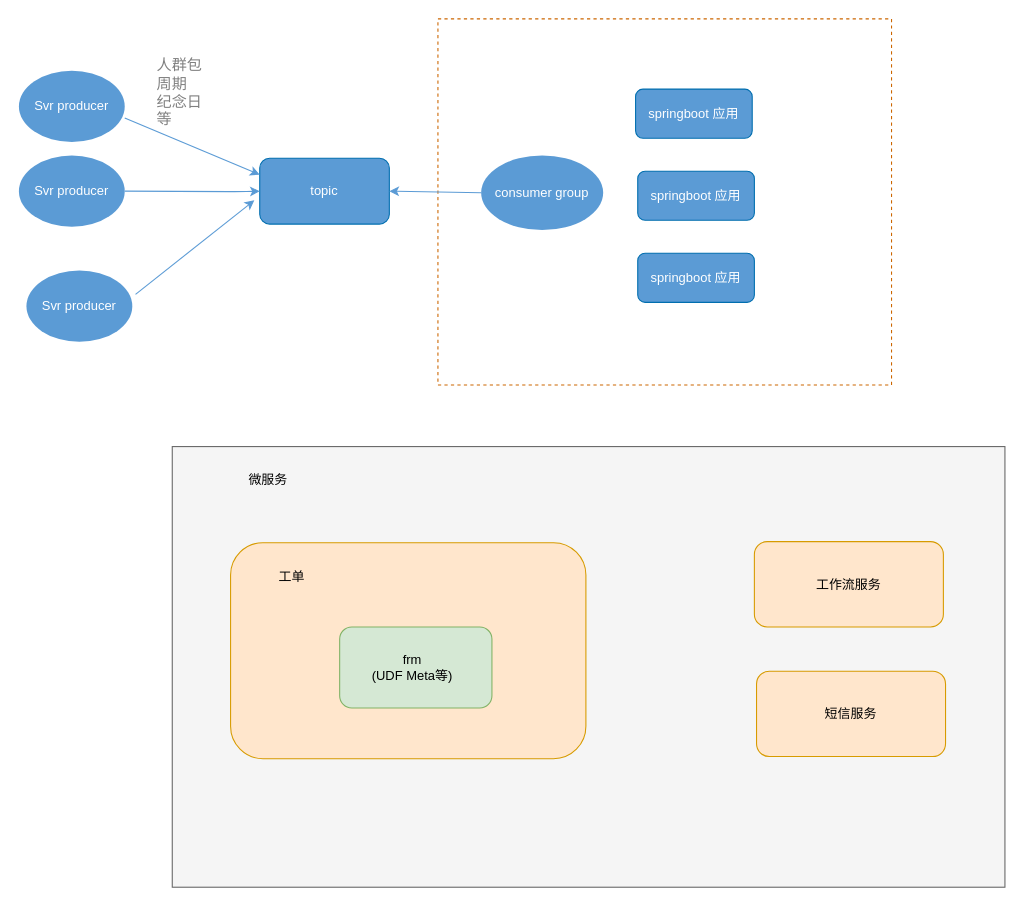
Earlier version of the draw.io diagram 未命名绘图.drawio (yunfengwang/draw). Source tidied: cells renumbered, new cells numbered last; positions are measured from the earlier drawing's top-left corner, leaving out a move shared by most shapes. Both pictures are drawn from the tidied source at 108%, with x=0, y=0 at pixel (18, 18).
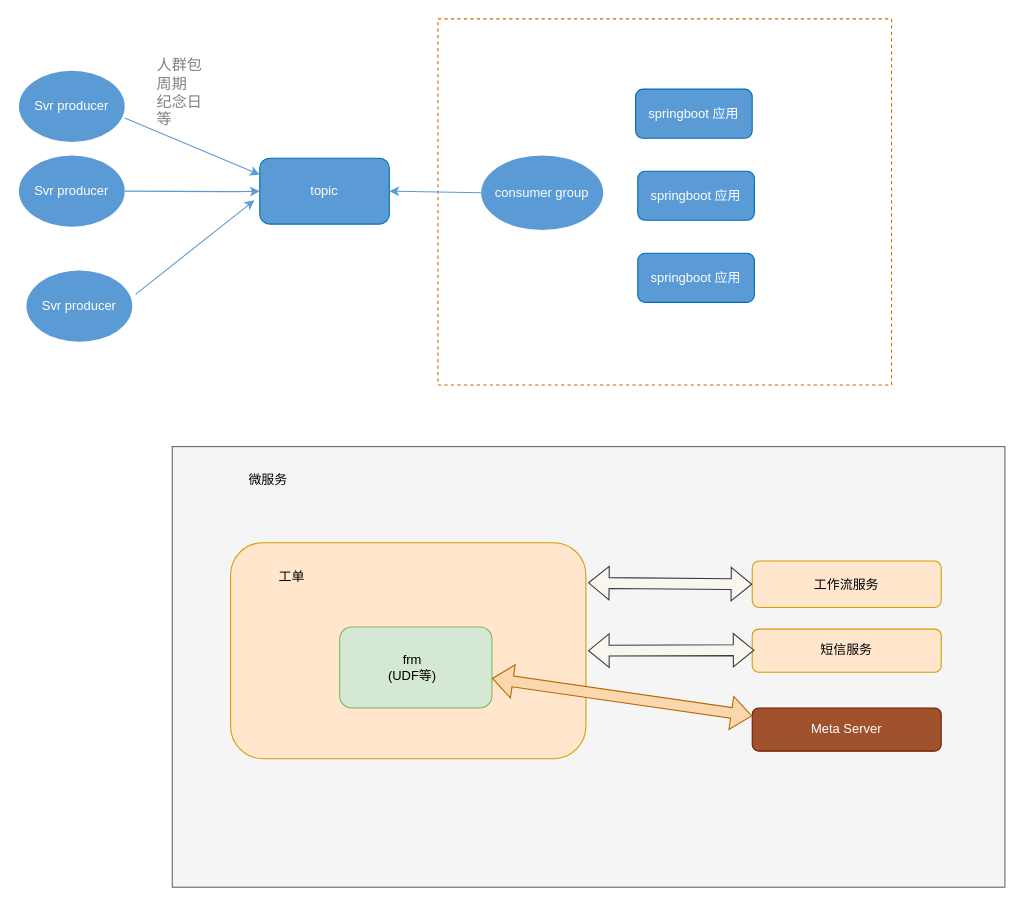
After the change.

The change refers to these unchanged cells:
```xml
<mxCell id="17" style="rounded=1;whiteSpace=wrap;html=1;fillColor=#ffe6cc;strokeColor=#d79b00;" parent="1" vertex="1">
  <mxGeometry x="196" y="485" width="329" height="200" as="geometry" />
</mxCell>
<mxCell id="18" style="rounded=1;whiteSpace=wrap;html=1;fillColor=#d5e8d4;strokeColor=#82b366;" parent="1" vertex="1">
  <mxGeometry x="297" y="563" width="141" height="75" as="geometry" />
</mxCell>
```

What changed in the source:
```diff
@@
-    <mxCell id="19" value="frm&lt;br&gt;(UDF Meta等)" style="text;html=1;strokeColor=none;fillColor=none;align=center;verticalAlign=middle;whiteSpace=wrap;rounded=0;" parent="1" vertex="1">
+    <mxCell id="19" value="frm&lt;br&gt;(UDF等)" style="text;html=1;strokeColor=none;fillColor=none;align=center;verticalAlign=middle;whiteSpace=wrap;rounded=0;" parent="1" vertex="1">
       <mxGeometry x="323" y="578" width="82.5" height="45" as="geometry" />
     </mxCell>
@@
     <mxCell id="21" value="工作流服务" style="rounded=1;whiteSpace=wrap;html=1;fillColor=#ffe6cc;strokeColor=#d79b00;" parent="1" vertex="1">
-      <mxGeometry x="681" y="484" width="175" height="79" as="geometry" />
+      <mxGeometry x="679" y="502" width="175" height="43" as="geometry" />
     </mxCell>
     <mxCell id="22" value="短信服务" style="rounded=1;whiteSpace=wrap;html=1;fillColor=#ffe6cc;strokeColor=#d79b00;" parent="1" vertex="1">
-      <mxGeometry x="683" y="604" width="175" height="79" as="geometry" />
+      <mxGeometry x="679" y="565" width="175" height="40" as="geometry" />
     </mxCell>
@@
+    <mxCell id="24" style="shape=flexArrow;endArrow=classic;startArrow=classic;html=1;rounded=0;entryX=0;entryY=0.5;entryDx=0;entryDy=0;fillColor=#f9f7ed;strokeColor=#36393d;exitX=1.006;exitY=0.186;exitDx=0;exitDy=0;exitPerimeter=0;" parent="1" edge="1" source="17" target="21">
+      <mxGeometry relative="1" as="geometry" />
+    </mxCell>
+    <mxCell id="25" style="shape=flexArrow;endArrow=classic;startArrow=classic;html=1;rounded=0;entryX=0;entryY=0.5;entryDx=0;entryDy=0;fillColor=#f9f7ed;strokeColor=#36393d;" parent="1" edge="1">
+      <mxGeometry relative="1" as="geometry">
+        <mxPoint x="527" y="585" as="sourcePoint" />
+        <mxPoint x="681" y="584.5" as="targetPoint" />
+      </mxGeometry>
+    </mxCell>
+    <mxCell id="26" value="Meta Server" style="rounded=1;whiteSpace=wrap;html=1;fillColor=#a0522d;strokeColor=#6D1F00;fontColor=#ffffff;" parent="1" vertex="1">
+      <mxGeometry x="679" y="638" width="175" height="40" as="geometry" />
+    </mxCell>
+    <mxCell id="27" style="shape=flexArrow;endArrow=classic;startArrow=classic;html=1;rounded=0;fillColor=#fad7ac;strokeColor=#b46504;" parent="1" edge="1" source="18" target="26">
+      <mxGeometry relative="1" as="geometry" />
+    </mxCell>
```
